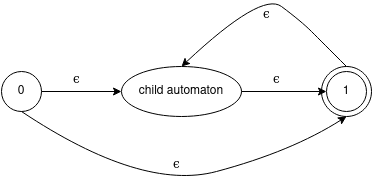
The draw.io diagram doc/property_path_assets/kleene_star_automaton.png in barisione-biso/MillenniumDB, before a commit. Source tidied: cells renumbered, new cells last; positions are measured from the earlier drawing's top-left corner, leaving out a move shared by most shapes.
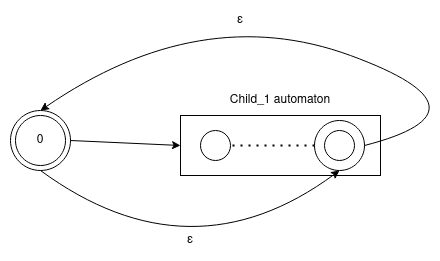
After the change.

Change to the diagram source:
```diff
@@ -2,52 +2,53 @@
   <root>
     <mxCell id="0" />
     <mxCell id="1" parent="0" />
-    <mxCell id="2" style="ellipse;whiteSpace=wrap;html=1;" parent="1" vertex="1">
-      <mxGeometry x="320" y="75" width="50" height="50" as="geometry" />
-    </mxCell>
-    <mxCell id="3" value="0" style="ellipse;whiteSpace=wrap;html=1;" parent="1" vertex="1">
-      <mxGeometry y="80" width="40" height="40" as="geometry" />
-    </mxCell>
-    <mxCell id="4" style="endArrow=classic;html=1;exitX=1;exitY=0.5;exitDx=0;exitDy=0;entryX=0;entryY=0.5;entryDx=0;entryDy=0;" parent="1" edge="1" source="3" target="5">
-      <mxGeometry relative="1" as="geometry" />
-    </mxCell>
-    <mxCell id="5" value="child automaton" style="ellipse;whiteSpace=wrap;html=1;" parent="1" vertex="1">
-      <mxGeometry x="120" y="75" width="120" height="50" as="geometry" />
-    </mxCell>
-    <mxCell id="6" value="ϵ" style="text;whiteSpace=wrap;html=1;" parent="1" vertex="1">
-      <mxGeometry x="70" y="75" width="30" height="30" as="geometry" />
-    </mxCell>
-    <mxCell id="7" value="ϵ" style="text;whiteSpace=wrap;html=1;" parent="1" vertex="1">
-      <mxGeometry x="270" y="75" width="30" height="30" as="geometry" />
-    </mxCell>
-    <mxCell id="8" value="1" style="ellipse;whiteSpace=wrap;html=1;" parent="1" vertex="1">
-      <mxGeometry x="325" y="80" width="40" height="40" as="geometry" />
-    </mxCell>
-    <mxCell id="9" style="endArrow=classic;html=1;exitX=1;exitY=0.5;exitDx=0;exitDy=0;entryX=0;entryY=0.5;entryDx=0;entryDy=0;" parent="1" edge="1" source="5" target="8">
-      <mxGeometry relative="1" as="geometry" />
-    </mxCell>
-    <mxCell id="10" style="curved=1;endArrow=classic;html=1;exitX=0.5;exitY=1;exitDx=0;exitDy=0;entryX=0.5;entryY=1;entryDx=0;entryDy=0;" parent="1" edge="1" source="3" target="2">
-      <mxGeometry relative="1" as="geometry">
-        <Array as="points">
-          <mxPoint x="140" y="200" />
-          <mxPoint x="290" y="160" />
-        </Array>
-      </mxGeometry>
-    </mxCell>
-    <mxCell id="11" value="ϵ" style="text;whiteSpace=wrap;html=1;" parent="1" vertex="1">
-      <mxGeometry x="170" y="160" width="30" height="30" as="geometry" />
-    </mxCell>
-    <mxCell id="12" style="curved=1;endArrow=classic;html=1;entryX=0.5;entryY=0;entryDx=0;entryDy=0;exitX=0.5;exitY=0;exitDx=0;exitDy=0;" parent="1" edge="1" source="2" target="5">
-      <mxGeometry relative="1" as="geometry">
-        <Array as="points">
-          <mxPoint x="320" y="50" />
-          <mxPoint x="300" y="30" />
-          <mxPoint x="260" />
-        </Array>
-      </mxGeometry>
-    </mxCell>
-    <mxCell id="13" value="ϵ" style="text;whiteSpace=wrap;html=1;" parent="1" vertex="1">
-      <mxGeometry x="260" y="10" width="30" height="30" as="geometry" />
-    </mxCell>
+    <mxCell id="14" value="0" style="ellipse;whiteSpace=wrap;html=1;" parent="1" vertex="1">
+      <mxGeometry x="-20" y="80" width="60" height="60" as="geometry" />
+    </mxCell>
+    <mxCell id="15" value="0" style="ellipse;whiteSpace=wrap;html=1;" parent="1" vertex="1">
+      <mxGeometry x="-15" y="85" width="50" height="50" as="geometry" />
+    </mxCell>
+    <mxCell id="16" style="endArrow=classic;html=1;exitX=1;exitY=0.5;exitDx=0;exitDy=0;entryX=0;entryY=0.5;entryDx=0;entryDy=0;" parent="1" edge="1" source="14" target="17">
+      <mxGeometry relative="1" as="geometry" />
+    </mxCell>
+    <mxCell id="17" style="rounded=0;whiteSpace=wrap;html=1;" parent="1" vertex="1">
+      <mxGeometry x="150" y="85" width="200" height="60" as="geometry" />
+    </mxCell>
+    <mxCell id="18" style="ellipse;whiteSpace=wrap;html=1;" parent="1" vertex="1">
+      <mxGeometry x="284" y="90" width="50" height="50" as="geometry" />
+    </mxCell>
+    <mxCell id="19" style="ellipse;whiteSpace=wrap;html=1;" parent="1" vertex="1">
+      <mxGeometry x="170" y="100" width="30" height="30" as="geometry" />
+    </mxCell>
+    <mxCell id="20" style="endArrow=none;dashed=1;html=1;dashPattern=1 3;strokeWidth=2;entryX=1;entryY=0.5;entryDx=0;entryDy=0;exitX=0;exitY=0.5;exitDx=0;exitDy=0;" parent="1" edge="1" source="18" target="19">
+      <mxGeometry relative="1" as="geometry" />
+    </mxCell>
+    <mxCell id="21" style="ellipse;whiteSpace=wrap;html=1;" parent="1" vertex="1">
+      <mxGeometry x="294" y="100" width="30" height="30" as="geometry" />
+    </mxCell>
+    <mxCell id="22" value="Child_1 automaton" style="text;html=1;strokeColor=none;fillColor=none;align=center;verticalAlign=middle;whiteSpace=wrap;rounded=0;" parent="1" vertex="1">
+      <mxGeometry x="180" y="60" width="140" height="20" as="geometry" />
+    </mxCell>
+    <mxCell id="23" style="curved=1;endArrow=classic;html=1;entryX=0.5;entryY=0;entryDx=0;entryDy=0;exitX=1;exitY=0.5;exitDx=0;exitDy=0;" parent="1" edge="1" source="18" target="14">
+      <mxGeometry relative="1" as="geometry">
+        <Array as="points">
+          <mxPoint x="470" y="80" />
+          <mxPoint x="170" y="-30" />
+        </Array>
+      </mxGeometry>
+    </mxCell>
+    <mxCell id="24" value="ε" style="text;html=1;strokeColor=none;fillColor=none;align=center;verticalAlign=middle;whiteSpace=wrap;rounded=0;" parent="1" vertex="1">
+      <mxGeometry x="190" y="-20" width="40" height="20" as="geometry" />
+    </mxCell>
+    <mxCell id="25" style="curved=1;endArrow=classic;html=1;entryX=0.5;entryY=1;entryDx=0;entryDy=0;exitX=0.5;exitY=1;exitDx=0;exitDy=0;" parent="1" edge="1" source="14" target="18">
+      <mxGeometry relative="1" as="geometry">
+        <Array as="points">
+          <mxPoint x="160" y="250" />
+        </Array>
+      </mxGeometry>
+    </mxCell>
+    <mxCell id="26" value="ε" style="text;html=1;strokeColor=none;fillColor=none;align=center;verticalAlign=middle;whiteSpace=wrap;rounded=0;" parent="1" vertex="1">
+      <mxGeometry x="140" y="200" width="40" height="20" as="geometry" />
+    </mxCell>
   </root>
 </mxGraphModel>
```
